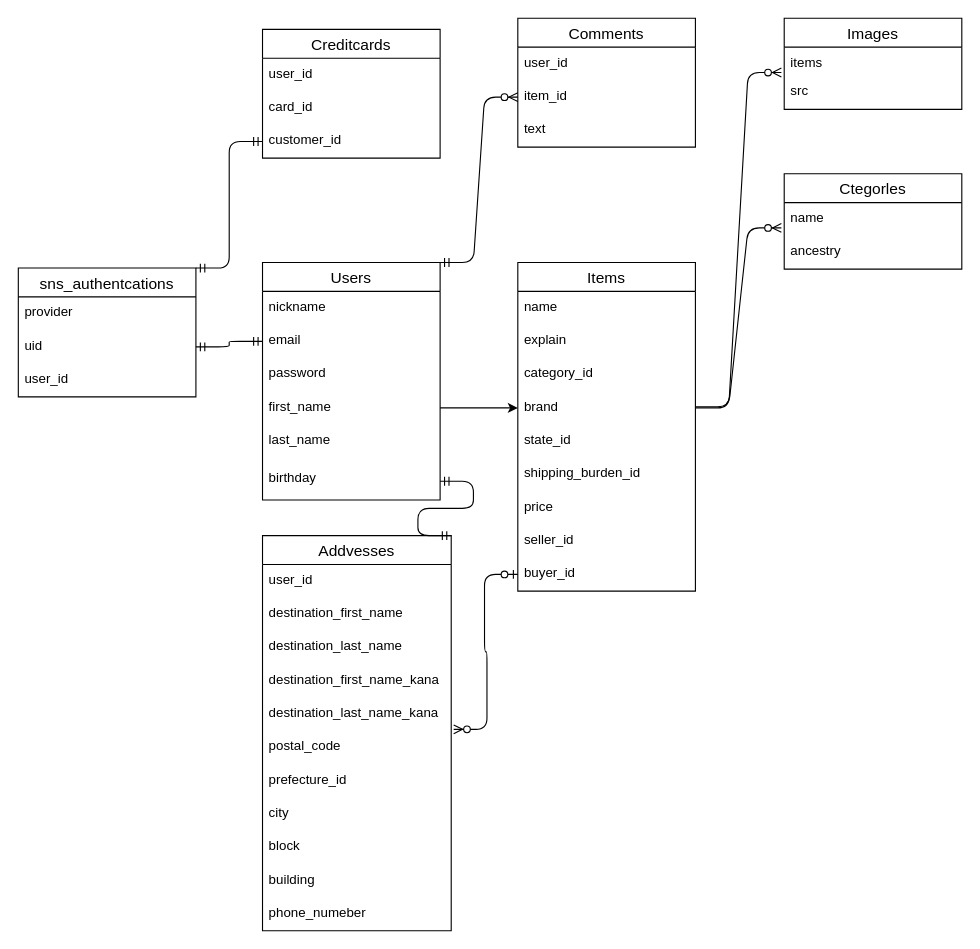
rotarotarotarota/furima-34823 keeps this draw.io diagram as furima-er.dio. Above is the earlier version. Source tidied: cells renumbered, new cells numbered last; positions are measured from the earlier drawing's top-left corner, leaving out a move shared by most shapes. Both pictures are drawn from the tidied source at 111%, with x=0, y=0 at pixel (18, 18).
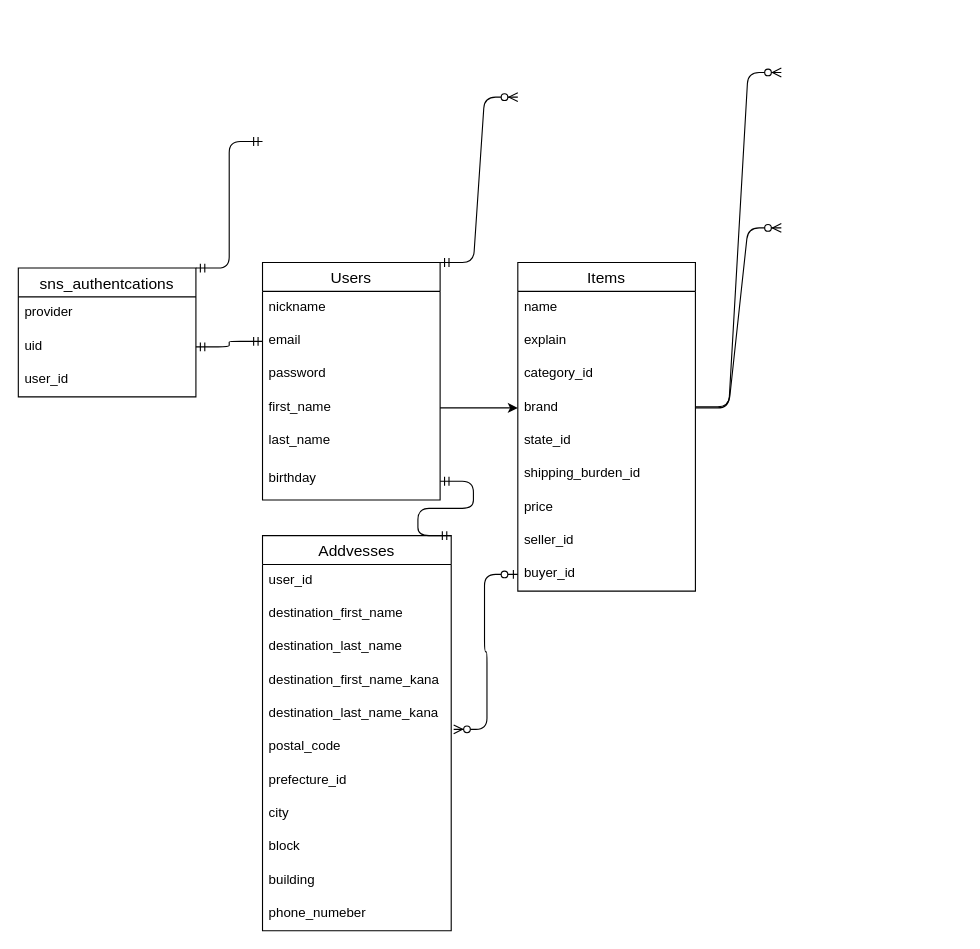
The same page after the edit.

Commit message (it also covers changes not shown here):
データベース設計プルリクエスト⑥

The change refers to these unchanged cells:
```xml
<mxCell id="6" value="brand" style="text;strokeColor=none;fillColor=none;spacingLeft=4;spacingRight=4;overflow=hidden;points=[[0,0.5],[1,0.5]];portConstraint=eastwest;fontSize=12;" parent="2" vertex="1">
  <mxGeometry y="116" width="160" height="30" as="geometry" />
</mxCell>
<mxCell id="18" value="Users" style="swimlane;fontStyle=0;horizontal=1;startSize=26;align=center;fontSize=14;" parent="1" vertex="1">
  <mxGeometry x="220" y="220" width="160" height="214" as="geometry" />
</mxCell>
<mxCell id="45" value="sns_authentcations" style="swimlane;fontStyle=0;horizontal=1;startSize=26;align=center;fontSize=14;" parent="1" vertex="1">
  <mxGeometry y="225" width="160" height="116" as="geometry" />
</mxCell>
```

Change to the diagram source:
```diff
@@
-    <mxCell id="12" value="Images" style="swimlane;fontStyle=0;horizontal=1;startSize=26;align=center;fontSize=14;" parent="1" vertex="1">
-      <mxGeometry x="690" width="160" height="82" as="geometry" />
-    </mxCell>
-    <mxCell id="13" value="items" style="text;strokeColor=none;fillColor=none;spacingLeft=4;spacingRight=4;overflow=hidden;points=[[0,0.5],[1,0.5]];portConstraint=eastwest;fontSize=12;" parent="12" vertex="1">
-      <mxGeometry y="26" width="160" height="26" as="geometry" />
-    </mxCell>
-    <mxCell id="14" value="src" style="text;strokeColor=none;fillColor=none;spacingLeft=4;spacingRight=4;overflow=hidden;fontSize=12;" parent="12" vertex="1">
-      <mxGeometry y="52" width="160" height="30" as="geometry" />
-    </mxCell>
-    <mxCell id="15" value="Ctegorles" style="swimlane;fontStyle=0;horizontal=1;startSize=26;align=center;fontSize=14;" parent="1" vertex="1">
-      <mxGeometry x="690" y="140" width="160" height="86" as="geometry" />
-    </mxCell>
-    <mxCell id="16" value="name" style="text;strokeColor=none;fillColor=none;spacingLeft=4;spacingRight=4;overflow=hidden;points=[[0,0.5],[1,0.5]];portConstraint=eastwest;fontSize=12;" parent="15" vertex="1">
-      <mxGeometry y="26" width="160" height="30" as="geometry" />
-    </mxCell>
-    <mxCell id="17" value="ancestry" style="text;strokeColor=none;fillColor=none;spacingLeft=4;spacingRight=4;overflow=hidden;fontSize=12;" parent="15" vertex="1">
-      <mxGeometry y="56" width="160" height="30" as="geometry" />
-    </mxCell>
@@
-    <mxCell id="37" value="Creditcards" style="swimlane;fontStyle=0;horizontal=1;startSize=26;align=center;fontSize=14;" parent="1" vertex="1">
-      <mxGeometry x="220" y="10" width="160" height="116" as="geometry" />
-    </mxCell>
-    <mxCell id="38" value="user_id" style="text;strokeColor=none;fillColor=none;spacingLeft=4;spacingRight=4;overflow=hidden;fontSize=12;" parent="37" vertex="1">
-      <mxGeometry y="26" width="160" height="30" as="geometry" />
-    </mxCell>
-    <mxCell id="39" value="card_id" style="text;strokeColor=none;fillColor=none;spacingLeft=4;spacingRight=4;overflow=hidden;fontSize=12;" parent="37" vertex="1">
-      <mxGeometry y="56" width="160" height="30" as="geometry" />
-    </mxCell>
-    <mxCell id="40" value="customer_id" style="text;strokeColor=none;fillColor=none;spacingLeft=4;spacingRight=4;overflow=hidden;points=[[0,0.5],[1,0.5]];portConstraint=eastwest;fontSize=12;" parent="37" vertex="1">
-      <mxGeometry y="86" width="160" height="30" as="geometry" />
-    </mxCell>
-    <mxCell id="41" value="Comments" style="swimlane;fontStyle=0;horizontal=1;startSize=26;align=center;fontSize=14;" parent="1" vertex="1">
-      <mxGeometry x="450" width="160" height="116" as="geometry" />
-    </mxCell>
-    <mxCell id="42" value="user_id" style="text;strokeColor=none;fillColor=none;spacingLeft=4;spacingRight=4;overflow=hidden;fontSize=12;" parent="41" vertex="1">
-      <mxGeometry y="26" width="160" height="30" as="geometry" />
-    </mxCell>
-    <mxCell id="43" value="item_id" style="text;strokeColor=none;fillColor=none;spacingLeft=4;spacingRight=4;overflow=hidden;points=[[0,0.5],[1,0.5]];portConstraint=eastwest;fontSize=12;" parent="41" vertex="1">
-      <mxGeometry y="56" width="160" height="30" as="geometry" />
-    </mxCell>
-    <mxCell id="44" value="text" style="text;strokeColor=none;fillColor=none;spacingLeft=4;spacingRight=4;overflow=hidden;fontSize=12;" parent="41" vertex="1">
-      <mxGeometry y="86" width="160" height="30" as="geometry" />
-    </mxCell>
@@
-    <mxCell id="50" style="edgeStyle=entityRelationEdgeStyle;fontSize=12;html=1;endArrow=ERzeroToMany;endFill=1;exitX=1;exitY=0.5;exitDx=0;exitDy=0;entryX=-0.016;entryY=0.878;entryDx=0;entryDy=0;entryPerimeter=0;" parent="1" edge="1" source="6" target="13">
-      <mxGeometry relative="1" as="geometry" />
+    <mxCell id="50" style="edgeStyle=entityRelationEdgeStyle;fontSize=12;html=1;endArrow=ERzeroToMany;endFill=1;exitX=1;exitY=0.5;exitDx=0;exitDy=0;entryX=-0.016;entryY=0.878;entryDx=0;entryDy=0;entryPerimeter=0;" parent="1" edge="1" source="6">
+      <mxGeometry relative="1" as="geometry">
+        <mxPoint x="687.4" y="48.8" as="targetPoint" />
+      </mxGeometry>
     </mxCell>
-    <mxCell id="51" style="edgeStyle=entityRelationEdgeStyle;fontSize=12;html=1;endArrow=ERzeroToMany;endFill=1;entryX=-0.016;entryY=0.761;entryDx=0;entryDy=0;entryPerimeter=0;" parent="1" edge="1" target="16">
+    <mxCell id="51" style="edgeStyle=entityRelationEdgeStyle;fontSize=12;html=1;endArrow=ERzeroToMany;endFill=1;entryX=-0.016;entryY=0.761;entryDx=0;entryDy=0;entryPerimeter=0;" parent="1" edge="1">
       <mxGeometry relative="1" as="geometry">
         <mxPoint x="610" y="350" as="sourcePoint" />
+        <mxPoint x="687.4" y="188.8" as="targetPoint" />
       </mxGeometry>
     </mxCell>
@@
-    <mxCell id="54" style="edgeStyle=entityRelationEdgeStyle;fontSize=12;html=1;endArrow=ERzeroToMany;startArrow=ERmandOne;exitX=1;exitY=0;exitDx=0;exitDy=0;entryX=0;entryY=0.5;entryDx=0;entryDy=0;" parent="1" edge="1" source="18" target="43">
-      <mxGeometry relative="1" as="geometry" />
+    <mxCell id="54" style="edgeStyle=entityRelationEdgeStyle;fontSize=12;html=1;endArrow=ERzeroToMany;startArrow=ERmandOne;exitX=1;exitY=0;exitDx=0;exitDy=0;entryX=0;entryY=0.5;entryDx=0;entryDy=0;" parent="1" edge="1" source="18">
+      <mxGeometry relative="1" as="geometry">
+        <mxPoint x="450" y="71" as="targetPoint" />
+      </mxGeometry>
     </mxCell>
-    <mxCell id="55" style="edgeStyle=entityRelationEdgeStyle;fontSize=12;html=1;endArrow=ERmandOne;startArrow=ERmandOne;exitX=1;exitY=0;exitDx=0;exitDy=0;entryX=0;entryY=0.5;entryDx=0;entryDy=0;" parent="1" edge="1" source="45" target="40">
-      <mxGeometry relative="1" as="geometry" />
+    <mxCell id="55" style="edgeStyle=entityRelationEdgeStyle;fontSize=12;html=1;endArrow=ERmandOne;startArrow=ERmandOne;exitX=1;exitY=0;exitDx=0;exitDy=0;entryX=0;entryY=0.5;entryDx=0;entryDy=0;" parent="1" edge="1" source="45">
+      <mxGeometry relative="1" as="geometry">
+        <mxPoint x="220" y="111" as="targetPoint" />
+      </mxGeometry>
     </mxCell>
```
